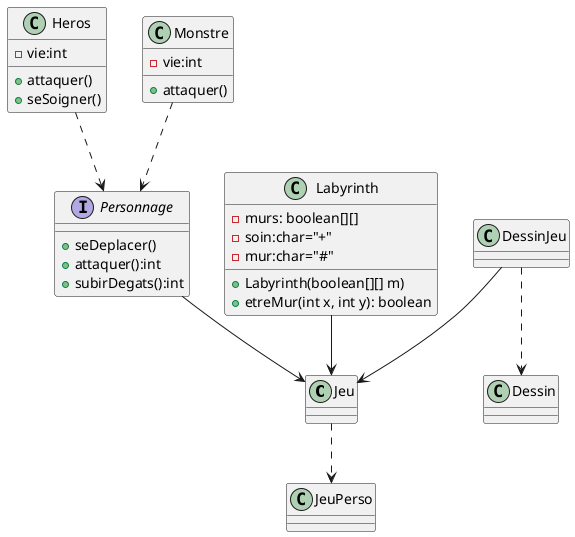
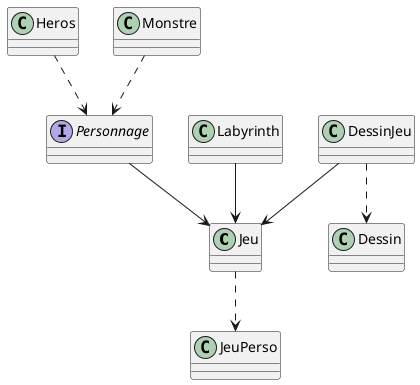
@startuml
'https://plantuml.com/class-diagram

class Jeu

interface Personnage{
- +seDeplacer()
- +attaquer():int
- +subirDegats():int
}
class Heros{
- -vie:int
- +attaquer()
- +seSoigner()
}
class Monstre{
- -vie:int
- +attaquer()
}

class Labyrinth{
- -murs: boolean[][]
- -soin:char="+"
- -mur:char="#"
- +Labyrinth(boolean[][] m)
- +etreMur(int x, int y): boolean
+ 
}

class Dessin{
}
+ class DessinJeu{
+ }

class JeuPerso{
- }
- 
- class DessinJeu{
}

Heros ..> Personnage
Monstre ..> Personnage
Personnage --> Jeu
Labyrinth --> Jeu
DessinJeu --> Jeu
DessinJeu ..> Dessin
Jeu ..> JeuPerso



@enduml